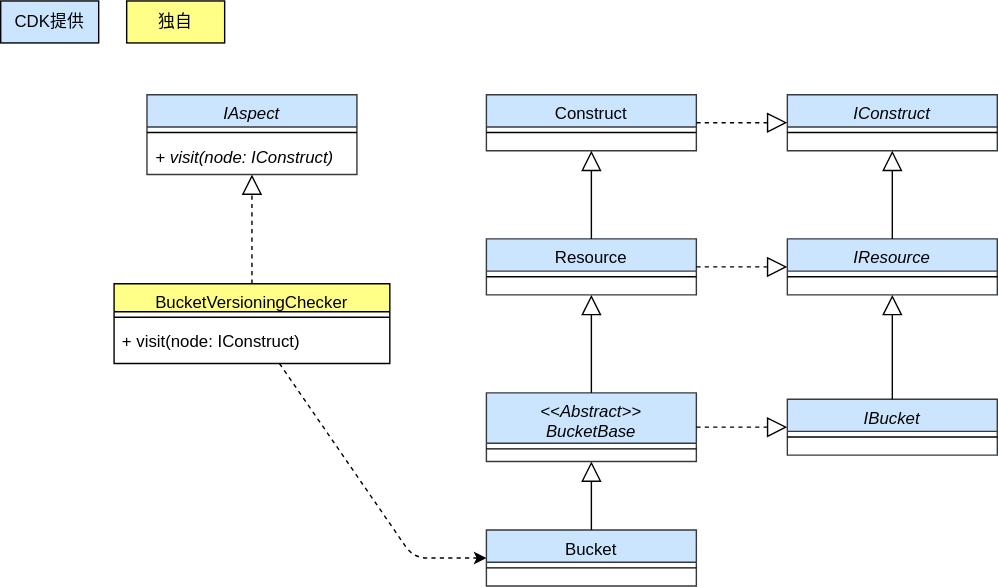
go-to-k/cdk-gof-design-pattern keeps this draw.io diagram as drawio/visitor/visitor-cdk.drawio.svg. Above is the earlier version. Source tidied: cells renumbered, new cells last; positions are measured from the earlier drawing's top-left corner, leaving out a move shared by most shapes. Source of this version:
```xml
<mxGraphModel background="#ffffff">
  <root>
    <mxCell id="0" />
    <mxCell id="1" parent="0" />
    <mxCell id="2" value="独自" style="rounded=0;whiteSpace=wrap;html=1;fillColor=#ffff88;strokeColor=#000000;fontColor=#000000;" parent="1" vertex="1">
      <mxGeometry x="90" width="70" height="30" as="geometry" />
    </mxCell>
    <mxCell id="3" value="CDK提供" style="rounded=0;whiteSpace=wrap;html=1;fillColor=#cce5ff;strokeColor=#000000;fontColor=#000000;" parent="1" vertex="1">
      <mxGeometry width="70" height="30" as="geometry" />
    </mxCell>
    <mxCell id="4" style="edgeStyle=none;html=1;dashed=1;strokeColor=#000000;" parent="1" edge="1" source="5" target="14">
      <mxGeometry relative="1" as="geometry">
        <Array as="points">
          <mxPoint x="295" y="398" />
        </Array>
      </mxGeometry>
    </mxCell>
    <mxCell id="5" value="BucketVersioningChecker" style="swimlane;fontStyle=0;align=center;verticalAlign=top;horizontal=1;startSize=20;rounded=0;shadow=0;strokeWidth=1;fillColor=#ffff88;strokeColor=#000000;fontColor=#000000;" parent="1" vertex="1">
      <mxGeometry x="81" y="202" width="197" height="57" as="geometry" />
    </mxCell>
    <mxCell id="6" style="line;html=1;strokeWidth=1;align=left;verticalAlign=middle;spacingTop=-1;spacingLeft=3;spacingRight=3;labelPosition=right;fontColor=#000000;strokeColor=#000000;" parent="5" vertex="1">
      <mxGeometry y="20" width="197" height="8" as="geometry" />
    </mxCell>
    <mxCell id="7" value="+ visit(node: IConstruct)" style="text;strokeColor=none;fillColor=none;align=left;verticalAlign=top;spacingLeft=4;spacingRight=4;overflow=hidden;whiteSpace=wrap;html=1;fontColor=#000000;" parent="5" vertex="1">
      <mxGeometry y="28" width="197" height="19" as="geometry" />
    </mxCell>
    <mxCell id="8" style="endArrow=block;endFill=0;endSize=12;html=1;rounded=0;fontColor=#000000;strokeColor=#000000;dashed=1;" parent="1" edge="1" source="5" target="9">
      <mxGeometry relative="1" as="geometry" />
    </mxCell>
    <mxCell id="9" value="IAspect" style="swimlane;fontStyle=2;align=center;verticalAlign=top;horizontal=1;startSize=23;rounded=0;shadow=0;strokeWidth=1;fillColor=#cce5ff;strokeColor=#36393d;fontColor=#000000;" parent="1" vertex="1">
      <mxGeometry x="104.5" y="67" width="150" height="57" as="geometry" />
    </mxCell>
    <mxCell id="10" style="line;html=1;strokeWidth=1;align=left;verticalAlign=middle;spacingTop=-1;spacingLeft=3;spacingRight=3;labelPosition=right;fontColor=#000000;strokeColor=#000000;" parent="9" vertex="1">
      <mxGeometry y="23" width="150" height="8" as="geometry" />
    </mxCell>
    <mxCell id="11" value="&lt;i&gt;+ visit(node: IConstruct)&lt;/i&gt;" style="text;strokeColor=none;fillColor=none;align=left;verticalAlign=top;spacingLeft=4;spacingRight=4;overflow=hidden;whiteSpace=wrap;html=1;fontColor=#000000;" parent="9" vertex="1">
      <mxGeometry y="31" width="150" height="19" as="geometry" />
    </mxCell>
    <mxCell id="12" value="&lt;&lt;Abstract&gt;&gt;&#10;BucketBase" style="swimlane;fontStyle=2;align=center;verticalAlign=top;horizontal=1;startSize=36;rounded=0;shadow=0;strokeWidth=1;fillColor=#cce5ff;strokeColor=#36393d;fontColor=#000000;" parent="1" vertex="1">
      <mxGeometry x="347" y="280" width="150" height="49" as="geometry" />
    </mxCell>
    <mxCell id="13" style="line;html=1;strokeWidth=1;align=left;verticalAlign=middle;spacingTop=-1;spacingLeft=3;spacingRight=3;labelPosition=right;fontColor=#000000;strokeColor=#000000;" parent="12" vertex="1">
      <mxGeometry y="36" width="150" height="8" as="geometry" />
    </mxCell>
    <mxCell id="14" value="Bucket" style="swimlane;fontStyle=0;align=center;verticalAlign=top;horizontal=1;startSize=23;rounded=0;shadow=0;strokeWidth=1;fillColor=#cce5ff;strokeColor=#36393d;fontColor=#000000;" parent="1" vertex="1">
      <mxGeometry x="347" y="378" width="150" height="40" as="geometry" />
    </mxCell>
    <mxCell id="15" style="line;html=1;strokeWidth=1;align=left;verticalAlign=middle;spacingTop=-1;spacingLeft=3;spacingRight=3;labelPosition=right;fontColor=#000000;strokeColor=#000000;" parent="14" vertex="1">
      <mxGeometry y="23" width="150" height="8" as="geometry" />
    </mxCell>
    <mxCell id="16" style="endArrow=block;endFill=0;endSize=12;html=1;rounded=0;fontColor=#000000;strokeColor=#000000;" parent="1" edge="1" source="14" target="12">
      <mxGeometry relative="1" as="geometry" />
    </mxCell>
    <mxCell id="17" value="Resource" style="swimlane;fontStyle=0;align=center;verticalAlign=top;horizontal=1;startSize=23;rounded=0;shadow=0;strokeWidth=1;fillColor=#cce5ff;strokeColor=#36393d;fontColor=#000000;" parent="1" vertex="1">
      <mxGeometry x="347" y="170" width="150" height="40" as="geometry" />
    </mxCell>
    <mxCell id="18" style="line;html=1;strokeWidth=1;align=left;verticalAlign=middle;spacingTop=-1;spacingLeft=3;spacingRight=3;labelPosition=right;fontColor=#000000;strokeColor=#000000;" parent="17" vertex="1">
      <mxGeometry y="23" width="150" height="8" as="geometry" />
    </mxCell>
    <mxCell id="19" value="IBucket" style="swimlane;fontStyle=2;align=center;verticalAlign=top;horizontal=1;startSize=23;rounded=0;shadow=0;strokeWidth=1;fillColor=#cce5ff;strokeColor=#36393d;fontColor=#000000;" parent="1" vertex="1">
      <mxGeometry x="562" y="284.5" width="150" height="40" as="geometry" />
    </mxCell>
    <mxCell id="20" style="line;html=1;strokeWidth=1;align=left;verticalAlign=middle;spacingTop=-1;spacingLeft=3;spacingRight=3;labelPosition=right;fontColor=#000000;strokeColor=#000000;" parent="19" vertex="1">
      <mxGeometry y="23" width="150" height="8" as="geometry" />
    </mxCell>
    <mxCell id="21" value="IConstruct" style="swimlane;fontStyle=2;align=center;verticalAlign=top;horizontal=1;startSize=23;rounded=0;shadow=0;strokeWidth=1;fillColor=#cce5ff;strokeColor=#36393d;fontColor=#000000;" parent="1" vertex="1">
      <mxGeometry x="562" y="67" width="150" height="40" as="geometry" />
    </mxCell>
    <mxCell id="22" style="line;html=1;strokeWidth=1;align=left;verticalAlign=middle;spacingTop=-1;spacingLeft=3;spacingRight=3;labelPosition=right;fontColor=#000000;strokeColor=#000000;" parent="21" vertex="1">
      <mxGeometry y="23" width="150" height="8" as="geometry" />
    </mxCell>
    <mxCell id="23" value="IResource" style="swimlane;fontStyle=2;align=center;verticalAlign=top;horizontal=1;startSize=23;rounded=0;shadow=0;strokeWidth=1;fillColor=#cce5ff;strokeColor=#36393d;fontColor=#000000;" parent="1" vertex="1">
      <mxGeometry x="562" y="170" width="150" height="40" as="geometry" />
    </mxCell>
    <mxCell id="24" style="line;html=1;strokeWidth=1;align=left;verticalAlign=middle;spacingTop=-1;spacingLeft=3;spacingRight=3;labelPosition=right;fontColor=#000000;strokeColor=#000000;" parent="23" vertex="1">
      <mxGeometry y="23" width="150" height="8" as="geometry" />
    </mxCell>
    <mxCell id="25" style="endArrow=block;endFill=0;endSize=12;html=1;rounded=0;fontColor=#000000;strokeColor=#000000;dashed=1;" parent="1" edge="1" source="12" target="19">
      <mxGeometry relative="1" as="geometry" />
    </mxCell>
    <mxCell id="26" style="endArrow=block;endFill=0;endSize=12;html=1;rounded=0;fontColor=#000000;strokeColor=#000000;" parent="1" edge="1" source="12" target="17">
      <mxGeometry relative="1" as="geometry" />
    </mxCell>
    <mxCell id="27" style="endArrow=block;endFill=0;endSize=12;html=1;rounded=0;fontColor=#000000;strokeColor=#000000;" parent="1" edge="1" source="19" target="23">
      <mxGeometry relative="1" as="geometry" />
    </mxCell>
    <mxCell id="28" style="endArrow=block;endFill=0;endSize=12;html=1;rounded=0;fontColor=#000000;strokeColor=#000000;" parent="1" edge="1" source="23" target="21">
      <mxGeometry relative="1" as="geometry" />
    </mxCell>
    <mxCell id="29" value="Construct" style="swimlane;fontStyle=0;align=center;verticalAlign=top;horizontal=1;startSize=23;rounded=0;shadow=0;strokeWidth=1;fillColor=#cce5ff;strokeColor=#36393d;fontColor=#000000;" parent="1" vertex="1">
      <mxGeometry x="347" y="67" width="150" height="40" as="geometry" />
    </mxCell>
    <mxCell id="30" style="line;html=1;strokeWidth=1;align=left;verticalAlign=middle;spacingTop=-1;spacingLeft=3;spacingRight=3;labelPosition=right;fontColor=#000000;strokeColor=#000000;" parent="29" vertex="1">
      <mxGeometry y="23" width="150" height="8" as="geometry" />
    </mxCell>
    <mxCell id="31" style="endArrow=block;endFill=0;endSize=12;html=1;rounded=0;fontColor=#000000;strokeColor=#000000;dashed=1;" parent="1" edge="1" source="17" target="23">
      <mxGeometry relative="1" as="geometry" />
    </mxCell>
    <mxCell id="32" style="endArrow=block;endFill=0;endSize=12;html=1;rounded=0;fontColor=#000000;strokeColor=#000000;" parent="1" edge="1" source="17" target="29">
      <mxGeometry relative="1" as="geometry" />
    </mxCell>
    <mxCell id="33" style="endArrow=block;endFill=0;endSize=12;html=1;rounded=0;fontColor=#000000;strokeColor=#000000;dashed=1;" parent="1" edge="1" source="29" target="21">
      <mxGeometry relative="1" as="geometry" />
    </mxCell>
  </root>
</mxGraphModel>
```
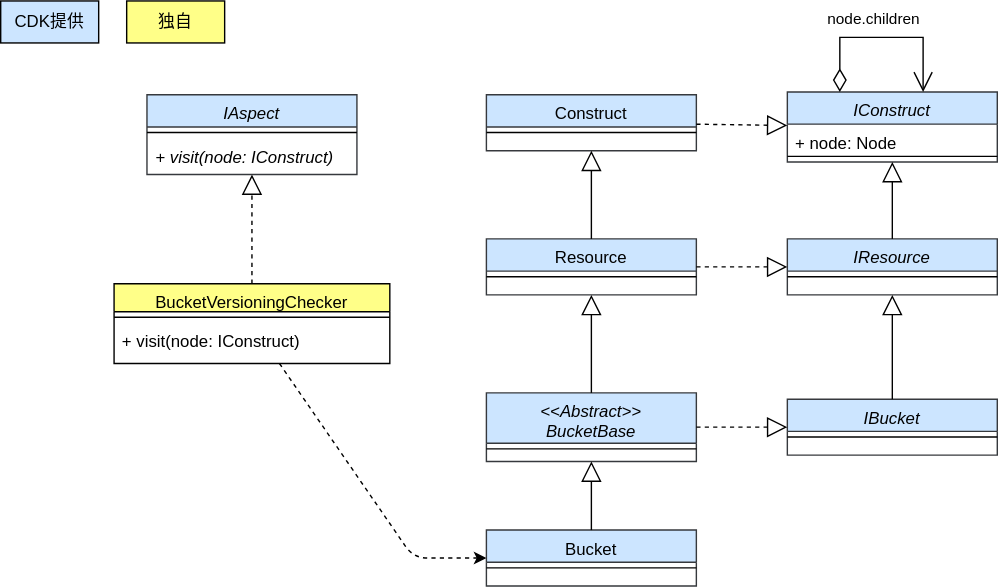
After the commit.

Commit message:
update visitor diagrams for cdk

What changed in the source:
```diff
@@ -64,10 +64,13 @@
       <mxGeometry y="23" width="150" height="8" as="geometry" />
     </mxCell>
     <mxCell id="21" value="IConstruct" style="swimlane;fontStyle=2;align=center;verticalAlign=top;horizontal=1;startSize=23;rounded=0;shadow=0;strokeWidth=1;fillColor=#cce5ff;strokeColor=#36393d;fontColor=#000000;" parent="1" vertex="1">
-      <mxGeometry x="562" y="67" width="150" height="40" as="geometry" />
+      <mxGeometry x="562" y="65" width="150" height="50" as="geometry" />
     </mxCell>
+    <mxCell id="34" value="+&amp;nbsp;node: Node" style="text;strokeColor=none;fillColor=none;align=left;verticalAlign=top;spacingLeft=4;spacingRight=4;overflow=hidden;whiteSpace=wrap;html=1;fontColor=#000000;" parent="21" vertex="1">
+      <mxGeometry y="23" width="150" height="19" as="geometry" />
+    </mxCell>
     <mxCell id="22" style="line;html=1;strokeWidth=1;align=left;verticalAlign=middle;spacingTop=-1;spacingLeft=3;spacingRight=3;labelPosition=right;fontColor=#000000;strokeColor=#000000;" parent="21" vertex="1">
-      <mxGeometry y="23" width="150" height="8" as="geometry" />
+      <mxGeometry y="42" width="150" height="8" as="geometry" />
     </mxCell>
     <mxCell id="23" value="IResource" style="swimlane;fontStyle=2;align=center;verticalAlign=top;horizontal=1;startSize=23;rounded=0;shadow=0;strokeWidth=1;fillColor=#cce5ff;strokeColor=#36393d;fontColor=#000000;" parent="1" vertex="1">
       <mxGeometry x="562" y="170" width="150" height="40" as="geometry" />
@@ -102,5 +105,14 @@
     <mxCell id="33" style="endArrow=block;endFill=0;endSize=12;html=1;rounded=0;fontColor=#000000;strokeColor=#000000;dashed=1;" parent="1" edge="1" source="29" target="21">
       <mxGeometry relative="1" as="geometry" />
     </mxCell>
+    <mxCell id="35" value="node.children" style="endArrow=open;html=1;endSize=12;startArrow=diamondThin;startSize=14;startFill=0;edgeStyle=orthogonalEdgeStyle;align=left;verticalAlign=bottom;rounded=0;fontColor=#000000;strokeColor=#000000;labelBackgroundColor=none;exitX=0.25;exitY=0;exitDx=0;exitDy=0;" parent="1" edge="1" source="21" target="21">
+      <mxGeometry x="-0.43" y="12" relative="1" as="geometry">
+        <Array as="points">
+          <mxPoint x="600" y="26" />
+          <mxPoint x="659" y="26" />
+        </Array>
+        <mxPoint x="-11" y="8" as="offset" />
+      </mxGeometry>
+    </mxCell>
   </root>
 </mxGraphModel>
```
